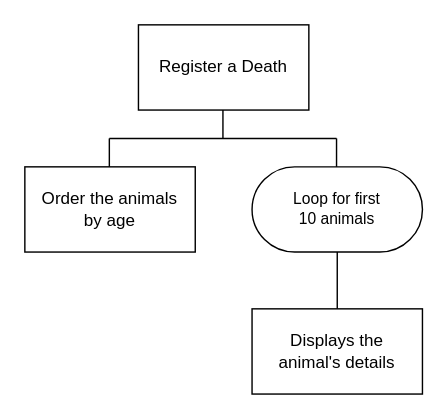
Earlier version of the draw.io diagram page "sd4" (11 of 11) of ah-cs/sdd/AH-SDD-Animals/assets/diagrams/AH-SDD-Animals.drawio (MrFriendCS/MrFriendCS.github.io). Source tidied: cells renumbered, new cells numbered last; positions are measured from the earlier drawing's top-left corner, leaving out a move shared by most shapes. Both pictures are drawn from the tidied source at 142%, with x=0, y=0 at pixel (24, 24).
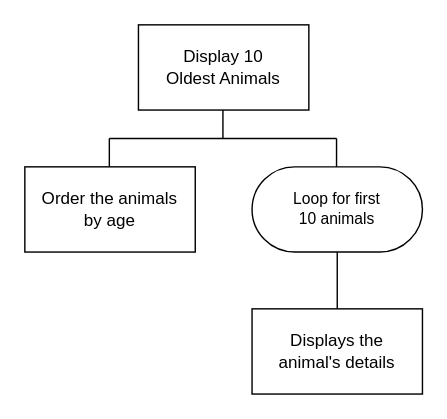
After the change.

Change to the diagram source:
```diff
@@
 <mxGraphModel>
   <root>
     <mxCell id="0" />
     <mxCell id="1" parent="0" />
-    <mxCell id="2" value="Register a Death" style="rounded=0;whiteSpace=wrap;html=1;fillColor=none;" parent="1" vertex="1">
+    <mxCell id="2" value="Display 10&lt;div&gt;Oldest Animals&lt;/div&gt;" style="rounded=0;whiteSpace=wrap;html=1;fillColor=none;" parent="1" vertex="1">
       <mxGeometry x="80" width="120" height="60" as="geometry" />
     </mxCell>
     <mxCell id="3" style="edgeStyle=none;shape=connector;rounded=0;jettySize=auto;html=1;exitX=0.5;exitY=0;exitDx=0;exitDy=0;strokeColor=default;align=center;verticalAlign=middle;fontFamily=Helvetica;fontSize=11;fontColor=default;labelBackgroundColor=default;endArrow=none;endFill=0;" parent="1" edge="1" source="4" target="5">
       <mxGeometry relative="1" as="geometry" />
     </mxCell>
     <mxCell id="4" value="Displays the&lt;div&gt;animal's details&lt;/div&gt;" style="rounded=0;whiteSpace=wrap;html=1;fillColor=none;" parent="1" vertex="1">
       <mxGeometry x="160" y="200" width="120" height="60" as="geometry" />
     </mxCell>
     <mxCell id="5" value="Loop for first&lt;div&gt;10 animals&lt;/div&gt;" style="rounded=1;whiteSpace=wrap;html=1;fontFamily=Helvetica;fontSize=11;fontColor=default;labelBackgroundColor=default;arcSize=50;fillColor=none;" parent="1" vertex="1">
       <mxGeometry x="160" y="100" width="120" height="60" as="geometry" />
     </mxCell>
     <mxCell id="6" value="Order the animals&lt;div&gt;by age&lt;/div&gt;" style="rounded=0;whiteSpace=wrap;html=1;fillColor=none;" parent="1" vertex="1">
       <mxGeometry y="100" width="120" height="60" as="geometry" />
     </mxCell>
     <mxCell id="7" style="edgeStyle=orthogonalEdgeStyle;rounded=0;orthogonalLoop=1;jettySize=auto;html=1;exitX=0.5;exitY=1;exitDx=0;exitDy=0;endArrow=none;endFill=0;" parent="1" edge="1">
       <mxGeometry relative="1" as="geometry">
         <mxPoint x="139.5" y="60" as="sourcePoint" />
         <mxPoint x="139.5" y="80" as="targetPoint" />
       </mxGeometry>
     </mxCell>
     <mxCell id="8" style="edgeStyle=orthogonalEdgeStyle;shape=connector;rounded=0;orthogonalLoop=1;jettySize=auto;html=1;exitX=0.5;exitY=0;exitDx=0;exitDy=0;strokeColor=default;align=center;verticalAlign=middle;fontFamily=Helvetica;fontSize=11;fontColor=default;labelBackgroundColor=default;endArrow=none;endFill=0;" parent="1" edge="1">
       <mxGeometry relative="1" as="geometry">
         <mxPoint x="219.5" y="100" as="sourcePoint" />
         <mxPoint x="219.5" y="80" as="targetPoint" />
       </mxGeometry>
     </mxCell>
     <mxCell id="9" style="endArrow=none;html=1;rounded=0;" parent="1" edge="1">
       <mxGeometry relative="1" as="geometry">
         <mxPoint x="59.5" y="80" as="sourcePoint" />
         <mxPoint x="219.5" y="80" as="targetPoint" />
       </mxGeometry>
     </mxCell>
     <mxCell id="10" style="edgeStyle=none;shape=connector;rounded=0;orthogonalLoop=1;jettySize=auto;html=1;exitX=0.5;exitY=0;exitDx=0;exitDy=0;strokeColor=default;align=center;verticalAlign=middle;fontFamily=Helvetica;fontSize=11;fontColor=default;labelBackgroundColor=default;endArrow=none;endFill=0;" parent="1" edge="1">
       <mxGeometry relative="1" as="geometry">
         <mxPoint x="59.5" y="100" as="sourcePoint" />
         <mxPoint x="59.5" y="80" as="targetPoint" />
       </mxGeometry>
     </mxCell>
   </root>
 </mxGraphModel>
```
